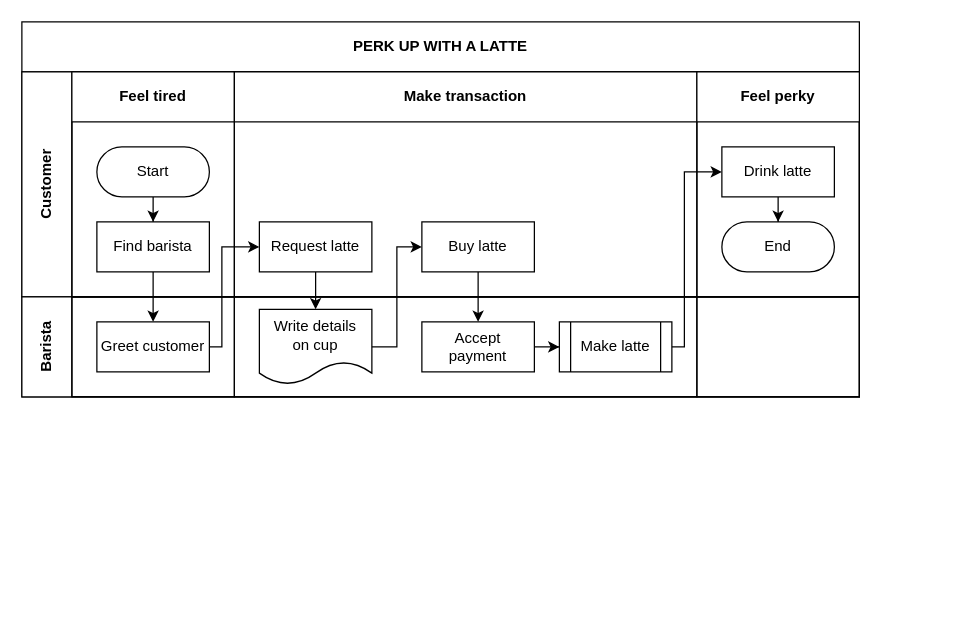
The draw.io diagram Untitled Diagram.drawio in cemreakz/Plc-Communication, before the edit. Source tidied: cells renumbered, new cells numbered last; positions are measured from the earlier drawing's top-left corner, leaving out a move shared by most shapes. Both pictures are drawn from the tidied source at 125%, with x=0, y=0 at pixel (21, 21).
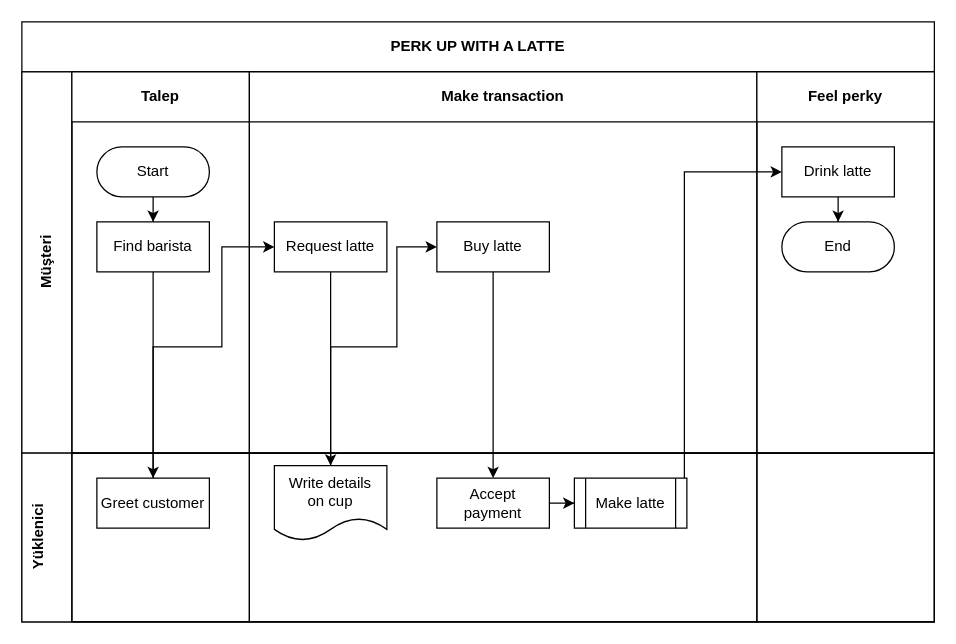
Above is the later version.

What changed in the source:
```diff
@@
     <mxCell id="2" value="PERK UP WITH A LATTE" style="shape=table;childLayout=tableLayout;rowLines=0;columnLines=0;startSize=40;html=1;whiteSpace=wrap;fontStyle=1;" parent="1" vertex="1">
-      <mxGeometry width="670" height="300" as="geometry" />
+      <mxGeometry width="730" height="480" as="geometry" />
     </mxCell>
@@
-    <mxCell id="4" value="Customer" style="swimlane;horizontal=0;startSize=40;html=1;whiteSpace=wrap;" parent="2" vertex="1">
-      <mxGeometry y="40" width="670" height="180" as="geometry" />
+    <mxCell id="4" value="Müşteri&lt;br&gt;" style="swimlane;horizontal=0;startSize=40;html=1;whiteSpace=wrap;" parent="2" vertex="1">
+      <mxGeometry y="40" width="730" height="305" as="geometry" />
     </mxCell>
-    <mxCell id="5" value="Feel tired" style="swimlane;startSize=40;html=1;whiteSpace=wrap;" parent="4" vertex="1">
-      <mxGeometry x="40" width="130" height="180" as="geometry" />
+    <mxCell id="5" value="Talep" style="swimlane;startSize=40;html=1;whiteSpace=wrap;" parent="4" vertex="1">
+      <mxGeometry x="40" width="142" height="305" as="geometry" />
     </mxCell>
@@
     <mxCell id="9" value="Make transaction" style="swimlane;startSize=40;html=1;whiteSpace=wrap;" parent="4" vertex="1">
-      <mxGeometry x="170" width="370" height="180" as="geometry" />
+      <mxGeometry x="182" width="406" height="305" as="geometry" />
     </mxCell>
@@
     <mxCell id="12" value="Feel perky" style="swimlane;startSize=40;html=1;whiteSpace=wrap;" parent="4" vertex="1">
-      <mxGeometry x="540" width="130" height="180" as="geometry" />
+      <mxGeometry x="588" width="142" height="305" as="geometry" />
     </mxCell>
@@
-    <mxCell id="16" value="Barista" style="swimlane;horizontal=0;startSize=40;html=1;whiteSpace=wrap;" parent="2" vertex="1">
-      <mxGeometry y="220" width="670" height="80" as="geometry" />
+    <mxCell id="16" value="Yüklenici&lt;br&gt;&lt;br&gt;" style="swimlane;horizontal=0;startSize=40;html=1;whiteSpace=wrap;" parent="2" vertex="1">
+      <mxGeometry y="345" width="730" height="135" as="geometry" />
     </mxCell>
     <mxCell id="17" style="swimlane;startSize=0;html=1;whiteSpace=wrap;" parent="16" vertex="1">
-      <mxGeometry x="40" width="130" height="80" as="geometry" />
+      <mxGeometry x="40" width="142" height="135" as="geometry" />
     </mxCell>
@@
     <mxCell id="19" style="swimlane;startSize=0;html=1;whiteSpace=wrap;" parent="16" vertex="1">
-      <mxGeometry x="170" width="370" height="80" as="geometry" />
+      <mxGeometry x="182" width="406" height="135" as="geometry" />
     </mxCell>
@@
     <mxCell id="24" style="swimlane;startSize=0;html=1;whiteSpace=wrap;" parent="16" vertex="1">
-      <mxGeometry x="540" width="130" height="80" as="geometry" />
+      <mxGeometry x="588" width="142" height="135" as="geometry" />
     </mxCell>
```
